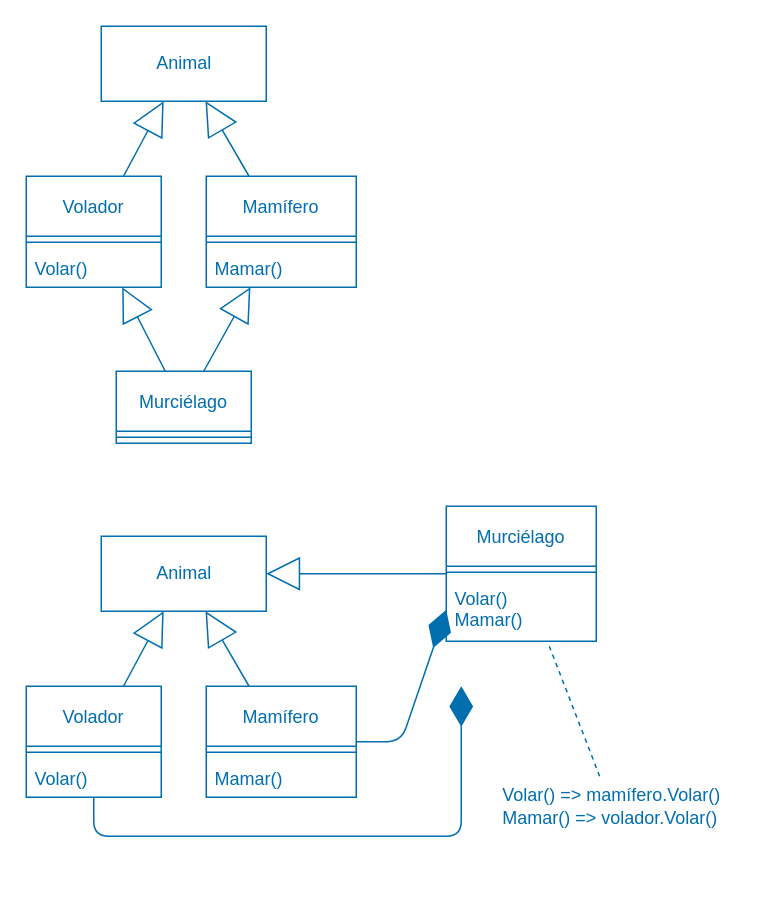
ucudal/ANDIS_Conceptos keeps this draw.io diagram as diagrams/Class_Diagram_Composition_Multiple_Inheritance.drawio. Above is the earlier version. Source tidied: cells renumbered, new cells numbered last; positions are measured from the earlier drawing's top-left corner, leaving out a move shared by most shapes. Both pictures are drawn from the tidied source at 150%, with x=0, y=0 at pixel (26, 26).
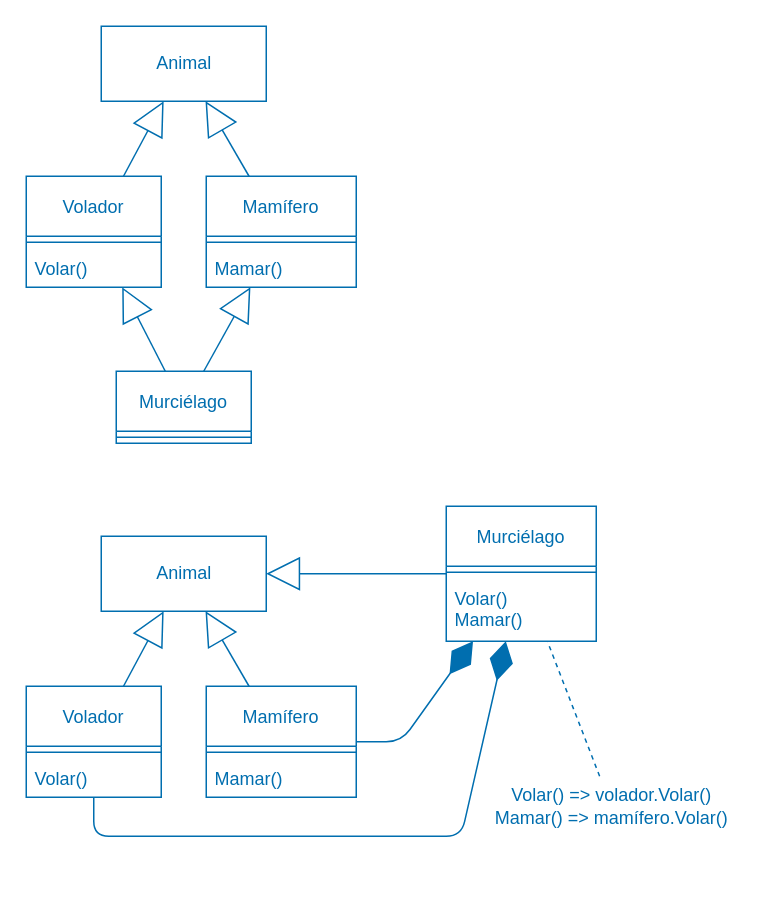
The same page after the edit.

The change refers to these unchanged cells:
```xml
<mxCell id="16" value="Murciélago" style="swimlane;fontStyle=0;align=center;verticalAlign=middle;horizontal=1;startSize=40;fillColor=none;fontColor=#006EAF;strokeColor=#006EAF;" parent="1" vertex="1">
  <mxGeometry x="280" y="320" width="100" height="90" as="geometry" />
</mxCell>
<mxCell id="18" value="Volar()&#10;Mamar()" style="text;strokeColor=none;fillColor=none;align=left;verticalAlign=top;spacingLeft=4;spacingRight=4;overflow=hidden;points=[[0,0.5],[1,0.5]];portConstraint=eastwest;fontColor=#006EAF;" parent="16" vertex="1">
  <mxGeometry y="48" width="100" height="42" as="geometry" />
</mxCell>
<mxCell id="26" value="Volar()" style="text;strokeColor=none;fillColor=none;align=left;verticalAlign=top;spacingLeft=4;spacingRight=4;overflow=hidden;points=[[0,0.5],[1,0.5]];portConstraint=eastwest;fontColor=#006EAF;" parent="24" vertex="1">
  <mxGeometry y="48" width="90" height="26" as="geometry" />
</mxCell>
<mxCell id="27" value="Mamífero" style="swimlane;fontStyle=0;align=center;verticalAlign=middle;horizontal=1;startSize=40;fillColor=none;fontColor=#006EAF;strokeColor=#006EAF;" parent="1" vertex="1">
  <mxGeometry x="120" y="440" width="100" height="74" as="geometry" />
</mxCell>
```

The edit, as a diff of the source:
```diff
@@
-    <mxCell id="19" style="endArrow=diamondThin;endFill=1;endSize=24;html=1;fontColor=#006EAF;fillColor=#1ba1e2;strokeColor=#006EAF;labelBackgroundColor=none;" parent="1" edge="1" source="26">
+    <mxCell id="19" style="endArrow=diamondThin;endFill=1;endSize=24;html=1;fontColor=#006EAF;fillColor=#1ba1e2;strokeColor=#006EAF;labelBackgroundColor=none;" parent="1" edge="1" source="26" target="16">
       <mxGeometry x="-0.58" y="31" relative="1" as="geometry">
-        <mxPoint x="290" y="440" as="targetPoint" />
         <Array as="points">
           <mxPoint x="45" y="540" />
           <mxPoint x="290" y="540" />
         </Array>
         <mxPoint x="1" as="offset" />
       </mxGeometry>
     </mxCell>
-    <mxCell id="20" style="endArrow=diamondThin;endFill=1;endSize=24;html=1;fontColor=#006EAF;fillColor=#1ba1e2;strokeColor=#006EAF;labelBackgroundColor=none;entryX=0;entryY=0.5;entryDx=0;entryDy=0;" parent="1" edge="1" source="27" target="18">
+    <mxCell id="20" style="endArrow=diamondThin;endFill=1;endSize=24;html=1;fontColor=#006EAF;fillColor=#1ba1e2;strokeColor=#006EAF;labelBackgroundColor=none;" parent="1" edge="1" source="27" target="16">
       <mxGeometry x="-0.52" y="-25" relative="1" as="geometry">
         <Array as="points">
           <mxPoint x="250" y="477" />
         </Array>
       </mxGeometry>
     </mxCell>
@@
-    <mxCell id="30" value="Volar() =&amp;gt; mamífero.Volar()&lt;br&gt;&lt;div style=&quot;text-align: left;&quot;&gt;&lt;span style=&quot;background-color: initial;&quot;&gt;Mamar() =&amp;gt; volador.Volar()&lt;/span&gt;&lt;/div&gt;" style="text;html=1;align=center;verticalAlign=middle;points=[];strokeColor=none;fillColor=none;fontColor=#006EAF;" parent="1" vertex="1">
-      <mxGeometry x="305" y="500" width="170" height="40" as="geometry" />
+    <mxCell id="30" value="Volar() =&amp;gt; volador.Volar()&lt;br&gt;&lt;div style=&quot;text-align: left;&quot;&gt;&lt;span style=&quot;background-color: initial;&quot;&gt;Mamar() =&amp;gt; mamífero.Volar()&lt;/span&gt;&lt;/div&gt;" style="text;html=1;align=center;verticalAlign=middle;points=[];strokeColor=none;fillColor=none;fontColor=#006EAF;" parent="1" vertex="1">
+      <mxGeometry x="300" y="500" width="180" height="40" as="geometry" />
     </mxCell>
```
